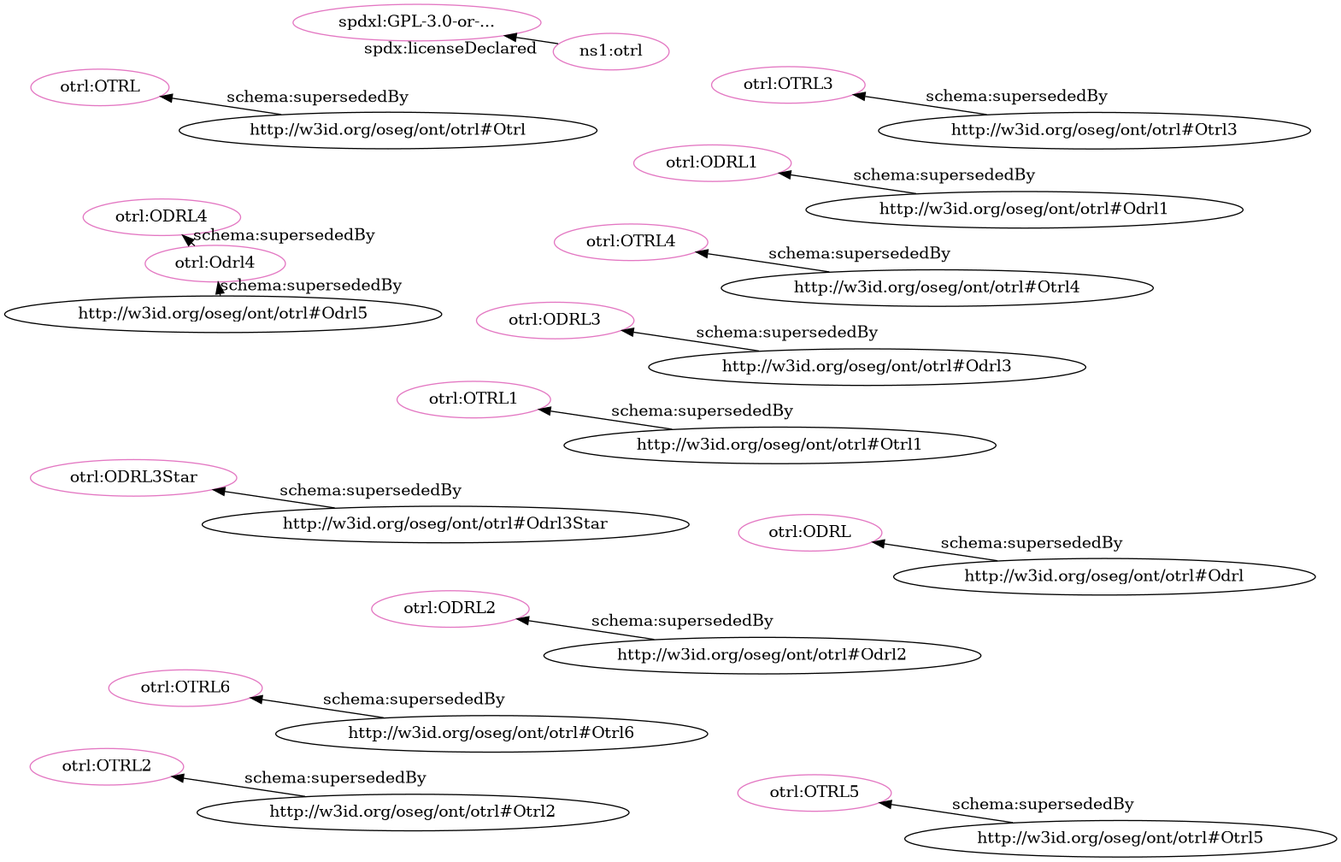
The Graphviz diagram src/spec/dot_otrl_deprecated-clean.png in iop-alliance/OpenKnowHow, before a commit. Its source is kept beside it as src/spec/dot_otrl_deprecated-clean.dot.
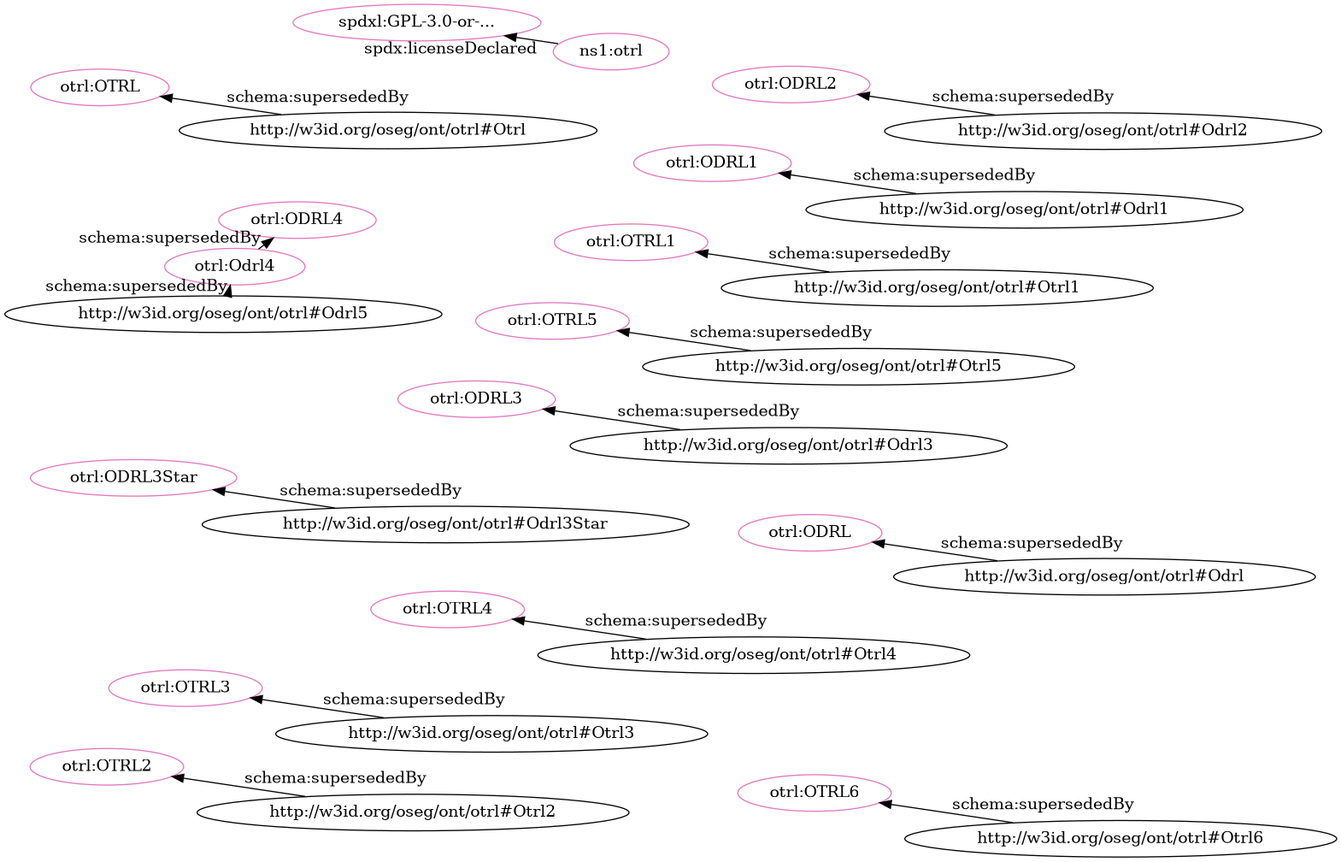
After the change.

The edit, as a diff of the source:
```diff
@@ -1,35 +1,35 @@
 digraph G {
   rankdir=BT
   node[height=.3]
+"http://w3id.org/oseg/ont/otrl#OTRL" [fillcolor="#e377c2" color="#e377c2" label="otrl:OTRL"]
+"http://spdx.org/licenses/GPL-3.0-or-later" [fillcolor="#e377c2" color="#e377c2" label="spdxl:GPL-3.0-or-..."]
+"http://w3id.org/oseg/ont/otrl#ODRL3" [fillcolor="#e377c2" color="#e377c2" label="otrl:ODRL3"]
+"http://w3id.org/oseg/ont/otrl#ODRL3Star" [fillcolor="#e377c2" color="#e377c2" label="otrl:ODRL3Star"]
+"http://w3id.org/oseg/ont/otrl#OTRL5" [fillcolor="#e377c2" color="#e377c2" label="otrl:OTRL5"]
+"http://w3id.org/oseg/ont/otrl#Odrl4" [fillcolor="#e377c2" color="#e377c2" label="otrl:Odrl4"]
+"http://w3id.org/oseg/ont/otrl" [fillcolor="#e377c2" color="#e377c2" label="ns1:otrl"]
+"http://w3id.org/oseg/ont/otrl#ODRL4" [fillcolor="#e377c2" color="#e377c2" label="otrl:ODRL4"]
+"http://w3id.org/oseg/ont/otrl#OTRL4" [fillcolor="#e377c2" color="#e377c2" label="otrl:OTRL4"]
 "http://w3id.org/oseg/ont/otrl#OTRL1" [fillcolor="#e377c2" color="#e377c2" label="otrl:OTRL1"]
-"http://w3id.org/oseg/ont/otrl#ODRL3" [fillcolor="#e377c2" color="#e377c2" label="otrl:ODRL3"]
-"http://w3id.org/oseg/ont/otrl#ODRL4" [fillcolor="#e377c2" color="#e377c2" label="otrl:ODRL4"]
+"http://w3id.org/oseg/ont/otrl#ODRL1" [fillcolor="#e377c2" color="#e377c2" label="otrl:ODRL1"]
+"http://w3id.org/oseg/ont/otrl#OTRL3" [fillcolor="#e377c2" color="#e377c2" label="otrl:OTRL3"]
+"http://w3id.org/oseg/ont/otrl#ODRL" [fillcolor="#e377c2" color="#e377c2" label="otrl:ODRL"]
 "http://w3id.org/oseg/ont/otrl#ODRL2" [fillcolor="#e377c2" color="#e377c2" label="otrl:ODRL2"]
-"http://w3id.org/oseg/ont/otrl#OTRL4" [fillcolor="#e377c2" color="#e377c2" label="otrl:OTRL4"]
-"http://w3id.org/oseg/ont/otrl#ODRL1" [fillcolor="#e377c2" color="#e377c2" label="otrl:ODRL1"]
+"http://w3id.org/oseg/ont/otrl#OTRL2" [fillcolor="#e377c2" color="#e377c2" label="otrl:OTRL2"]
 "http://w3id.org/oseg/ont/otrl#OTRL6" [fillcolor="#e377c2" color="#e377c2" label="otrl:OTRL6"]
-"http://spdx.org/licenses/GPL-3.0-or-later" [fillcolor="#e377c2" color="#e377c2" label="spdxl:GPL-3.0-or-..."]
-"http://w3id.org/oseg/ont/otrl#OTRL3" [fillcolor="#e377c2" color="#e377c2" label="otrl:OTRL3"]
-"http://w3id.org/oseg/ont/otrl#ODRL3Star" [fillcolor="#e377c2" color="#e377c2" label="otrl:ODRL3Star"]
-"http://w3id.org/oseg/ont/otrl#OTRL2" [fillcolor="#e377c2" color="#e377c2" label="otrl:OTRL2"]
-"http://w3id.org/oseg/ont/otrl" [fillcolor="#e377c2" color="#e377c2" label="ns1:otrl"]
-"http://w3id.org/oseg/ont/otrl#ODRL" [fillcolor="#e377c2" color="#e377c2" label="otrl:ODRL"]
-"http://w3id.org/oseg/ont/otrl#Odrl4" [fillcolor="#e377c2" color="#e377c2" label="otrl:Odrl4"]
-"http://w3id.org/oseg/ont/otrl#OTRL5" [fillcolor="#e377c2" color="#e377c2" label="otrl:OTRL5"]
-"http://w3id.org/oseg/ont/otrl#OTRL" [fillcolor="#e377c2" color="#e377c2" label="otrl:OTRL"]
+  "http://w3id.org/oseg/ont/otrl#Otrl" -> "http://w3id.org/oseg/ont/otrl#OTRL" [label="schema:supersededBy"]
+  "http://w3id.org/oseg/ont/otrl" -> "http://spdx.org/licenses/GPL-3.0-or-later" [label="spdx:licenseDeclared"]
+  "http://w3id.org/oseg/ont/otrl#Odrl3" -> "http://w3id.org/oseg/ont/otrl#ODRL3" [label="schema:supersededBy"]
+  "http://w3id.org/oseg/ont/otrl#Odrl3Star" -> "http://w3id.org/oseg/ont/otrl#ODRL3Star" [label="schema:supersededBy"]
+  "http://w3id.org/oseg/ont/otrl#Otrl5" -> "http://w3id.org/oseg/ont/otrl#OTRL5" [label="schema:supersededBy"]
+  "http://w3id.org/oseg/ont/otrl#Odrl5" -> "http://w3id.org/oseg/ont/otrl#Odrl4" [label="schema:supersededBy"]
+  "http://w3id.org/oseg/ont/otrl#Odrl4" -> "http://w3id.org/oseg/ont/otrl#ODRL4" [label="schema:supersededBy"]
+  "http://w3id.org/oseg/ont/otrl#Otrl4" -> "http://w3id.org/oseg/ont/otrl#OTRL4" [label="schema:supersededBy"]
   "http://w3id.org/oseg/ont/otrl#Otrl1" -> "http://w3id.org/oseg/ont/otrl#OTRL1" [label="schema:supersededBy"]
-  "http://w3id.org/oseg/ont/otrl#Odrl3" -> "http://w3id.org/oseg/ont/otrl#ODRL3" [label="schema:supersededBy"]
-  "http://w3id.org/oseg/ont/otrl#Odrl4" -> "http://w3id.org/oseg/ont/otrl#ODRL4" [label="schema:supersededBy"]
+  "http://w3id.org/oseg/ont/otrl#Odrl1" -> "http://w3id.org/oseg/ont/otrl#ODRL1" [label="schema:supersededBy"]
+  "http://w3id.org/oseg/ont/otrl#Otrl3" -> "http://w3id.org/oseg/ont/otrl#OTRL3" [label="schema:supersededBy"]
+  "http://w3id.org/oseg/ont/otrl#Odrl" -> "http://w3id.org/oseg/ont/otrl#ODRL" [label="schema:supersededBy"]
   "http://w3id.org/oseg/ont/otrl#Odrl2" -> "http://w3id.org/oseg/ont/otrl#ODRL2" [label="schema:supersededBy"]
-  "http://w3id.org/oseg/ont/otrl#Otrl4" -> "http://w3id.org/oseg/ont/otrl#OTRL4" [label="schema:supersededBy"]
-  "http://w3id.org/oseg/ont/otrl#Odrl1" -> "http://w3id.org/oseg/ont/otrl#ODRL1" [label="schema:supersededBy"]
+  "http://w3id.org/oseg/ont/otrl#Otrl2" -> "http://w3id.org/oseg/ont/otrl#OTRL2" [label="schema:supersededBy"]
   "http://w3id.org/oseg/ont/otrl#Otrl6" -> "http://w3id.org/oseg/ont/otrl#OTRL6" [label="schema:supersededBy"]
-  "http://w3id.org/oseg/ont/otrl#Otrl3" -> "http://w3id.org/oseg/ont/otrl#OTRL3" [label="schema:supersededBy"]
-  "http://w3id.org/oseg/ont/otrl" -> "http://spdx.org/licenses/GPL-3.0-or-later" [label="spdx:licenseDeclared"]
-  "http://w3id.org/oseg/ont/otrl#Odrl3Star" -> "http://w3id.org/oseg/ont/otrl#ODRL3Star" [label="schema:supersededBy"]
-  "http://w3id.org/oseg/ont/otrl#Otrl2" -> "http://w3id.org/oseg/ont/otrl#OTRL2" [label="schema:supersededBy"]
-  "http://w3id.org/oseg/ont/otrl#Odrl" -> "http://w3id.org/oseg/ont/otrl#ODRL" [label="schema:supersededBy"]
-  "http://w3id.org/oseg/ont/otrl#Odrl5" -> "http://w3id.org/oseg/ont/otrl#Odrl4" [label="schema:supersededBy"]
-  "http://w3id.org/oseg/ont/otrl#Otrl5" -> "http://w3id.org/oseg/ont/otrl#OTRL5" [label="schema:supersededBy"]
-  "http://w3id.org/oseg/ont/otrl#Otrl" -> "http://w3id.org/oseg/ont/otrl#OTRL" [label="schema:supersededBy"]
 }
```
